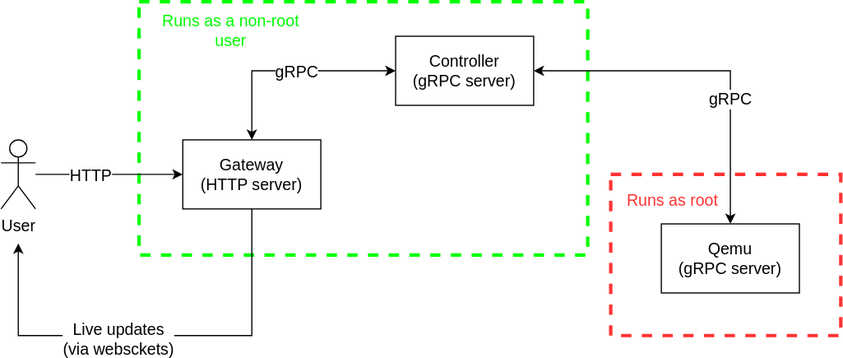
The draw.io diagram architecture.svg in q-controller/qcontroller, before a commit. Source tidied: cells renumbered, new cells last; positions are measured from the earlier drawing's top-left corner, leaving out a move shared by most shapes.
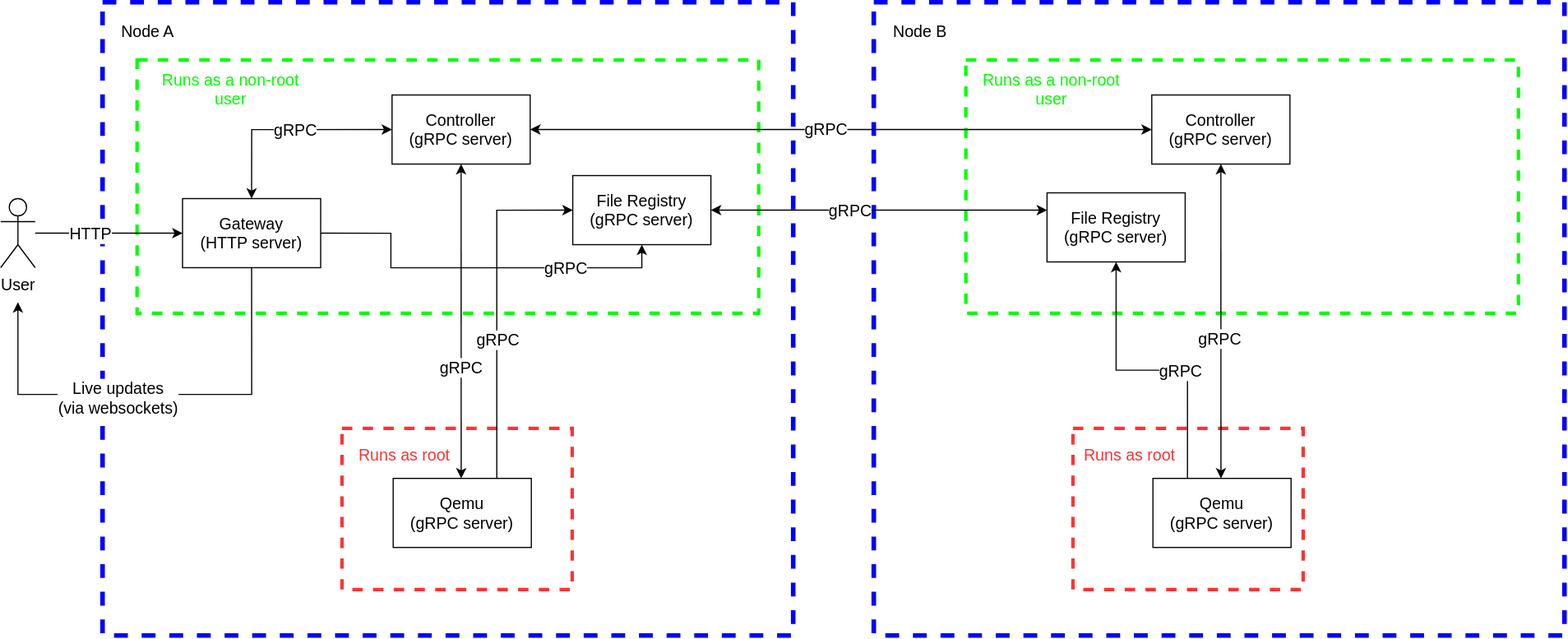
Later version of the same file.

What changed in the source:
```diff
@@ -2,11 +2,17 @@
   <root>
     <mxCell id="0" />
     <mxCell id="1" parent="0" />
+    <mxCell id="18" style="rounded=0;whiteSpace=wrap;html=1;dashed=1;strokeWidth=4;strokeColor=light-dark(#0000ff, #ededed);" parent="1" vertex="1">
+      <mxGeometry x="-60" y="-50" width="600" height="550" as="geometry" />
+    </mxCell>
+    <mxCell id="19" style="rounded=0;whiteSpace=wrap;html=1;dashed=1;strokeWidth=4;strokeColor=light-dark(#0000ff, #ededed);" parent="1" vertex="1">
+      <mxGeometry x="610" y="-50" width="600" height="550" as="geometry" />
+    </mxCell>
     <mxCell id="2" style="rounded=0;whiteSpace=wrap;html=1;dashed=1;strokeColor=#FF3333;strokeWidth=3;" parent="1" vertex="1">
-      <mxGeometry x="530" y="150" width="200" height="140" as="geometry" />
+      <mxGeometry x="148" y="320" width="200" height="140" as="geometry" />
     </mxCell>
     <mxCell id="3" style="rounded=0;whiteSpace=wrap;html=1;dashed=1;strokeColor=#00FF00;strokeWidth=3;" parent="1" vertex="1">
-      <mxGeometry x="120" width="390" height="220" as="geometry" />
+      <mxGeometry x="-30" width="540" height="220" as="geometry" />
     </mxCell>
     <mxCell id="4" style="edgeStyle=orthogonalEdgeStyle;rounded=0;jettySize=auto;html=1;entryX=0;entryY=0.5;entryDx=0;entryDy=0;exitX=0.5;exitY=0;exitDx=0;exitDy=0;startArrow=classic;startFill=1;" parent="1" edge="1" source="8" target="11">
       <mxGeometry relative="1" as="geometry" />
@@ -18,30 +24,46 @@
     </mxCell>
     <mxCell id="6" style="edgeStyle=orthogonalEdgeStyle;rounded=0;jettySize=auto;html=1;exitX=0.5;exitY=1;exitDx=0;exitDy=0;" parent="1" edge="1" source="8">
       <mxGeometry relative="1" as="geometry">
-        <mxPoint x="15" y="210" as="targetPoint" />
+        <mxPoint x="-134" y="210" as="targetPoint" />
         <Array as="points">
-          <mxPoint x="218" y="290" />
-          <mxPoint x="15" y="290" />
+          <mxPoint x="69" y="290" />
+          <mxPoint x="-134" y="290" />
         </Array>
       </mxGeometry>
     </mxCell>
-    <mxCell id="7" value="&lt;font style=&quot;font-size: 14px;&quot;&gt;Live updates&lt;/font&gt;&lt;div&gt;&lt;font style=&quot;font-size: 14px;&quot;&gt;(via websckets)&lt;/font&gt;&lt;/div&gt;" style="edgeLabel;html=1;align=center;verticalAlign=middle;" parent="6" vertex="1">
+    <mxCell id="7" value="&lt;font style=&quot;font-size: 14px;&quot;&gt;Live updates&lt;/font&gt;&lt;div&gt;&lt;font style=&quot;font-size: 14px;&quot;&gt;(via websockets)&lt;/font&gt;&lt;/div&gt;" style="edgeLabel;html=1;align=center;verticalAlign=middle;" parent="6" vertex="1">
       <mxGeometry x="0.16" y="2" relative="1" as="geometry" />
     </mxCell>
+    <mxCell id="20" style="edgeStyle=orthogonalEdgeStyle;rounded=0;jettySize=auto;html=1;exitX=1;exitY=0.5;exitDx=0;exitDy=0;entryX=0.5;entryY=1;entryDx=0;entryDy=0;" parent="1" edge="1" source="8" target="24">
+      <mxGeometry relative="1" as="geometry">
+        <Array as="points">
+          <mxPoint x="190" y="150" />
+          <mxPoint x="190" y="180" />
+          <mxPoint x="408" y="180" />
+        </Array>
+      </mxGeometry>
+    </mxCell>
+    <mxCell id="21" value="&lt;font style=&quot;font-size: 14px;&quot;&gt;gRPC&lt;/font&gt;" style="edgeLabel;html=1;align=center;verticalAlign=middle;" parent="20" vertex="1">
+      <mxGeometry x="0.47" relative="1" as="geometry" />
+    </mxCell>
     <mxCell id="8" value="&lt;div&gt;Gateway&lt;/div&gt;&lt;div&gt;(HTTP server)&lt;/div&gt;" style="rounded=0;whiteSpace=wrap;html=1;fontSize=14;" parent="1" vertex="1">
-      <mxGeometry x="158" y="120" width="120" height="60" as="geometry" />
+      <mxGeometry x="9" y="120" width="120" height="60" as="geometry" />
     </mxCell>
-    <mxCell id="9" style="edgeStyle=orthogonalEdgeStyle;rounded=0;jettySize=auto;html=1;exitX=1;exitY=0.5;exitDx=0;exitDy=0;entryX=0.5;entryY=0;entryDx=0;entryDy=0;startArrow=classic;startFill=1;" parent="1" edge="1" source="11" target="12">
-      <mxGeometry relative="1" as="geometry" />
+    <mxCell id="9" style="edgeStyle=orthogonalEdgeStyle;rounded=0;jettySize=auto;html=1;exitX=0.5;exitY=1;exitDx=0;exitDy=0;startArrow=classic;startFill=1;entryX=0.5;entryY=0;entryDx=0;entryDy=0;" parent="1" edge="1" source="11" target="12">
+      <mxGeometry relative="1" as="geometry">
+        <Array as="points">
+          <mxPoint x="251" y="363" />
+        </Array>
+      </mxGeometry>
     </mxCell>
     <mxCell id="10" value="gRPC" style="edgeLabel;html=1;align=center;verticalAlign=middle;fontSize=14;" parent="9" vertex="1">
       <mxGeometry x="0.29" y="-1" relative="1" as="geometry" />
     </mxCell>
     <mxCell id="11" value="&lt;div&gt;Controller&lt;/div&gt;&lt;div&gt;(gRPC server)&lt;/div&gt;" style="rounded=0;whiteSpace=wrap;html=1;fontSize=14;" parent="1" vertex="1">
-      <mxGeometry x="343" y="30" width="120" height="60" as="geometry" />
+      <mxGeometry x="191" y="30" width="120" height="60" as="geometry" />
     </mxCell>
     <mxCell id="12" value="&lt;div&gt;Qemu&lt;/div&gt;&lt;div&gt;(gRPC server)&lt;/div&gt;" style="rounded=0;whiteSpace=wrap;html=1;fontSize=14;" parent="1" vertex="1">
-      <mxGeometry x="574" y="193" width="120" height="60" as="geometry" />
+      <mxGeometry x="192" y="363" width="120" height="60" as="geometry" />
     </mxCell>
     <mxCell id="13" style="edgeStyle=orthogonalEdgeStyle;rounded=0;jettySize=auto;html=1;entryX=0;entryY=0.5;entryDx=0;entryDy=0;" parent="1" edge="1" source="15" target="8">
       <mxGeometry relative="1" as="geometry" />
@@ -50,13 +72,79 @@
       <mxGeometry x="-0.27" relative="1" as="geometry" />
     </mxCell>
     <mxCell id="15" value="&lt;font style=&quot;font-size: 14px;&quot;&gt;User&lt;/font&gt;" style="shape=umlActor;verticalLabelPosition=bottom;verticalAlign=top;html=1;outlineConnect=0;" parent="1" vertex="1">
-      <mxGeometry y="120" width="30" height="60" as="geometry" />
+      <mxGeometry x="-149" y="120" width="30" height="60" as="geometry" />
     </mxCell>
     <mxCell id="16" value="Runs as a non-root user" style="text;html=1;align=center;verticalAlign=middle;whiteSpace=wrap;rounded=0;fontSize=14;fontColor=#00FF00;" parent="1" vertex="1">
-      <mxGeometry x="130" y="10" width="140" height="30" as="geometry" />
+      <mxGeometry x="-19" y="10" width="140" height="30" as="geometry" />
     </mxCell>
     <mxCell id="17" value="Runs as root" style="text;html=1;align=center;verticalAlign=middle;whiteSpace=wrap;rounded=0;fontSize=14;fontColor=#FF3333;" parent="1" vertex="1">
-      <mxGeometry x="539" y="158" width="90" height="30" as="geometry" />
+      <mxGeometry x="157" y="328" width="90" height="30" as="geometry" />
     </mxCell>
+    <mxCell id="22" style="edgeStyle=orthogonalEdgeStyle;rounded=0;jettySize=auto;html=1;exitX=0;exitY=0.5;exitDx=0;exitDy=0;entryX=0.75;entryY=0;entryDx=0;entryDy=0;startArrow=classic;startFill=1;endArrow=none;endFill=0;" parent="1" edge="1" source="24" target="12">
+      <mxGeometry relative="1" as="geometry" />
+    </mxCell>
+    <mxCell id="23" value="&lt;font style=&quot;font-size: 14px;&quot;&gt;gRPC&lt;/font&gt;" style="edgeLabel;html=1;align=center;verticalAlign=middle;" parent="22" vertex="1">
+      <mxGeometry x="0.19" relative="1" as="geometry" />
+    </mxCell>
+    <mxCell id="24" value="&lt;div&gt;File Registry&lt;/div&gt;&lt;div&gt;(gRPC server)&lt;/div&gt;" style="rounded=0;whiteSpace=wrap;html=1;fontSize=14;" parent="1" vertex="1">
+      <mxGeometry x="348" y="100" width="120" height="60" as="geometry" />
+    </mxCell>
+    <mxCell id="25" style="rounded=0;whiteSpace=wrap;html=1;dashed=1;strokeColor=#FF3333;strokeWidth=3;" parent="1" vertex="1">
+      <mxGeometry x="783" y="320" width="200" height="140" as="geometry" />
+    </mxCell>
+    <mxCell id="26" style="rounded=0;whiteSpace=wrap;html=1;dashed=1;strokeColor=#00FF00;strokeWidth=3;" parent="1" vertex="1">
+      <mxGeometry x="690" width="480" height="220" as="geometry" />
+    </mxCell>
+    <mxCell id="27" style="edgeStyle=orthogonalEdgeStyle;rounded=0;jettySize=auto;html=1;exitX=0.5;exitY=1;exitDx=0;exitDy=0;startArrow=classic;startFill=1;entryX=0.5;entryY=0;entryDx=0;entryDy=0;" parent="1" edge="1" source="29" target="30">
+      <mxGeometry relative="1" as="geometry">
+        <Array as="points">
+          <mxPoint x="911" y="363" />
+        </Array>
+      </mxGeometry>
+    </mxCell>
+    <mxCell id="28" value="gRPC" style="edgeLabel;html=1;align=center;verticalAlign=middle;fontSize=14;" parent="27" vertex="1">
+      <mxGeometry x="0.29" y="-1" relative="1" as="geometry">
+        <mxPoint x="-1" y="-25" as="offset" />
+      </mxGeometry>
+    </mxCell>
+    <mxCell id="29" value="&lt;div&gt;Controller&lt;/div&gt;&lt;div&gt;(gRPC server)&lt;/div&gt;" style="rounded=0;whiteSpace=wrap;html=1;fontSize=14;" parent="1" vertex="1">
+      <mxGeometry x="851" y="30" width="120" height="60" as="geometry" />
+    </mxCell>
+    <mxCell id="30" value="&lt;div&gt;Qemu&lt;/div&gt;&lt;div&gt;(gRPC server)&lt;/div&gt;" style="rounded=0;whiteSpace=wrap;html=1;fontSize=14;" parent="1" vertex="1">
+      <mxGeometry x="852" y="363" width="120" height="60" as="geometry" />
+    </mxCell>
+    <mxCell id="31" value="Runs as a non-root user" style="text;html=1;align=center;verticalAlign=middle;whiteSpace=wrap;rounded=0;fontSize=14;fontColor=#00FF00;" parent="1" vertex="1">
+      <mxGeometry x="694" y="10" width="140" height="30" as="geometry" />
+    </mxCell>
+    <mxCell id="32" value="Runs as root" style="text;html=1;align=center;verticalAlign=middle;whiteSpace=wrap;rounded=0;fontSize=14;fontColor=#FF3333;" parent="1" vertex="1">
+      <mxGeometry x="787" y="328" width="90" height="30" as="geometry" />
+    </mxCell>
+    <mxCell id="33" style="edgeStyle=orthogonalEdgeStyle;rounded=0;jettySize=auto;html=1;exitX=0.5;exitY=1;exitDx=0;exitDy=0;entryX=0.25;entryY=0;entryDx=0;entryDy=0;startArrow=classic;startFill=1;endArrow=none;endFill=0;" parent="1" edge="1" source="35" target="30">
+      <mxGeometry relative="1" as="geometry" />
+    </mxCell>
+    <mxCell id="34" value="&lt;font style=&quot;font-size: 14px;&quot;&gt;gRPC&lt;/font&gt;" style="edgeLabel;html=1;align=center;verticalAlign=middle;" parent="33" vertex="1">
+      <mxGeometry x="0.19" relative="1" as="geometry" />
+    </mxCell>
+    <mxCell id="35" value="&lt;div&gt;File Registry&lt;/div&gt;&lt;div&gt;(gRPC server)&lt;/div&gt;" style="rounded=0;whiteSpace=wrap;html=1;fontSize=14;" parent="1" vertex="1">
+      <mxGeometry x="760" y="115" width="120" height="60" as="geometry" />
+    </mxCell>
+    <mxCell id="36" value="&lt;font style=&quot;font-size: 14px;&quot;&gt;Node B&lt;/font&gt;" style="text;html=1;whiteSpace=wrap;strokeColor=none;fillColor=none;align=center;verticalAlign=middle;rounded=0;" parent="1" vertex="1">
+      <mxGeometry x="620" y="-40" width="60" height="30" as="geometry" />
+    </mxCell>
+    <mxCell id="37" value="&lt;font style=&quot;font-size: 14px;&quot;&gt;Node A&lt;/font&gt;" style="text;html=1;whiteSpace=wrap;strokeColor=none;fillColor=none;align=center;verticalAlign=middle;rounded=0;" parent="1" vertex="1">
+      <mxGeometry x="-51" y="-40" width="60" height="30" as="geometry" />
+    </mxCell>
+    <mxCell id="38" style="edgeStyle=orthogonalEdgeStyle;rounded=0;jettySize=auto;html=1;exitX=1;exitY=0.5;exitDx=0;exitDy=0;entryX=0;entryY=0.25;entryDx=0;entryDy=0;startArrow=classic;startFill=1;" parent="1" edge="1" source="24" target="35">
+      <mxGeometry relative="1" as="geometry" />
+    </mxCell>
+    <mxCell id="39" value="&lt;font style=&quot;font-size: 14px;&quot;&gt;gRPC&lt;/font&gt;" style="edgeLabel;html=1;align=center;verticalAlign=middle;" parent="38" vertex="1">
+      <mxGeometry x="-0.18" relative="1" as="geometry" />
+    </mxCell>
+    <mxCell id="40" style="edgeStyle=orthogonalEdgeStyle;rounded=0;jettySize=auto;html=1;exitX=1;exitY=0.5;exitDx=0;exitDy=0;entryX=0;entryY=0.5;entryDx=0;entryDy=0;startArrow=classic;startFill=1;" parent="1" edge="1" source="11" target="29">
+      <mxGeometry relative="1" as="geometry" />
+    </mxCell>
+    <mxCell id="41" value="&lt;font style=&quot;font-size: 14px;&quot;&gt;gRPC&lt;/font&gt;" style="edgeLabel;html=1;align=center;verticalAlign=middle;" parent="40" vertex="1">
+      <mxGeometry x="-0.05" y="1" relative="1" as="geometry" />
+    </mxCell>
   </root>
 </mxGraphModel>
```
